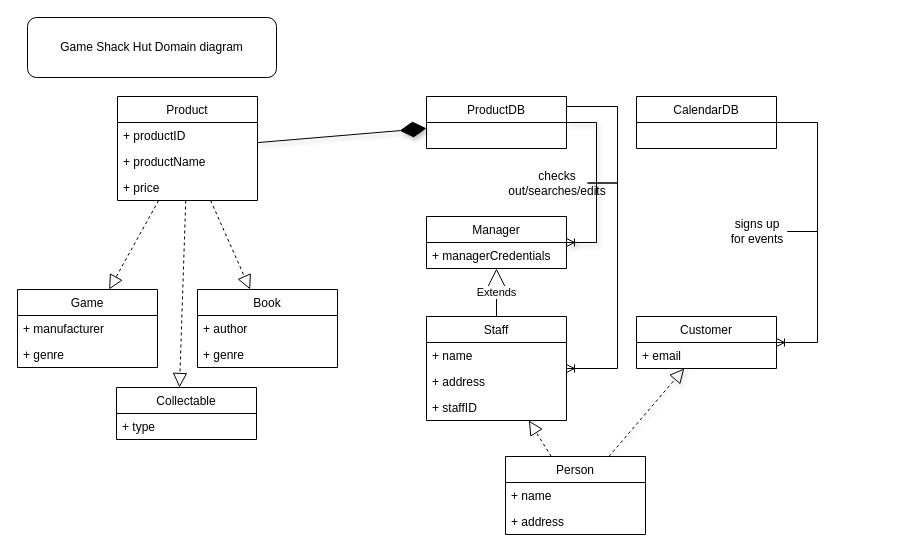
Before: docs/Game Shack Hut Domain.drawio in rnstphns/Game-Shack-Hut, a draw.io diagram. Source tidied: cells renumbered, new cells numbered last; positions are measured from the earlier drawing's top-left corner, leaving out a move shared by most shapes. Both pictures are drawn from the tidied source at 100%, with x=0, y=0 at pixel (17, 17).
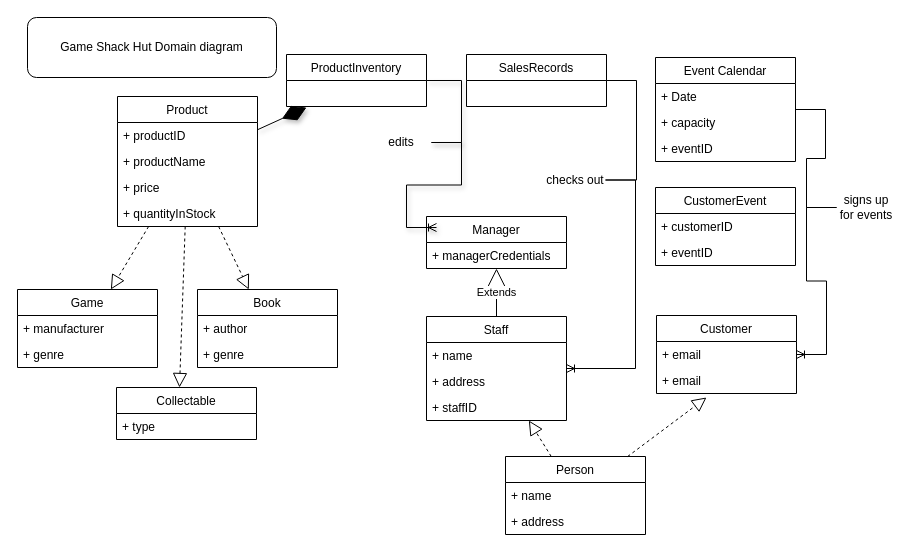
The same diagram, later.

Unchanged cells that the change refers to:
```xml
<mxCell id="2" value="Manager" style="swimlane;fontStyle=0;horizontal=1;startSize=26;fillColor=none;" parent="1" vertex="1">
  <mxGeometry x="409" y="199" width="140" height="52" as="geometry" />
</mxCell>
<mxCell id="21" value="Person" style="swimlane;fontStyle=0;horizontal=1;startSize=26;fillColor=none;" parent="1" vertex="1">
  <mxGeometry x="488" y="439" width="140" height="78" as="geometry" />
</mxCell>
```

What changed in the source:
```diff
@@
-    <mxCell id="4" style="endArrow=block;dashed=1;endFill=0;endSize=12;html=1;rounded=0;shadow=1;" parent="1" edge="1" source="21" target="9">
-      <mxGeometry relative="1" as="geometry" />
+    <mxCell id="4" style="endArrow=block;dashed=1;endFill=0;endSize=12;html=1;rounded=0;shadow=1;startArrow=none;" parent="1" edge="1" target="9">
+      <mxGeometry relative="1" as="geometry">
+        <mxPoint x="707.5" y="376" as="sourcePoint" />
+      </mxGeometry>
     </mxCell>
@@
-    <mxCell id="7" value="ProductDB" style="swimlane;fontStyle=0;horizontal=1;startSize=26;fillColor=none;" parent="1" vertex="1">
-      <mxGeometry x="409" y="79" width="140" height="52" as="geometry" />
+    <mxCell id="7" value="ProductInventory" style="swimlane;fontStyle=0;horizontal=1;startSize=26;fillColor=none;" parent="1" vertex="1">
+      <mxGeometry x="269" y="37" width="140" height="52" as="geometry" />
     </mxCell>
-    <mxCell id="8" value="CalendarDB" style="swimlane;fontStyle=0;horizontal=1;startSize=26;fillColor=none;" parent="1" vertex="1">
-      <mxGeometry x="619" y="79" width="140" height="52" as="geometry" />
+    <mxCell id="8" value="Event Calendar" style="swimlane;fontStyle=0;horizontal=1;startSize=26;fillColor=none;" parent="1" vertex="1">
+      <mxGeometry x="638" y="40" width="140" height="104" as="geometry" />
     </mxCell>
+    <mxCell id="42" value="+ Date" style="text;strokeColor=none;fillColor=none;align=left;verticalAlign=top;spacingLeft=4;spacingRight=4;overflow=hidden;" parent="8" vertex="1">
+      <mxGeometry y="26" width="140" height="26" as="geometry" />
+    </mxCell>
+    <mxCell id="43" value="+ capacity" style="text;strokeColor=none;fillColor=none;align=left;verticalAlign=top;spacingLeft=4;spacingRight=4;overflow=hidden;" parent="8" vertex="1">
+      <mxGeometry y="52" width="140" height="26" as="geometry" />
+    </mxCell>
+    <mxCell id="44" value="+ eventID" style="text;strokeColor=none;fillColor=none;align=left;verticalAlign=top;spacingLeft=4;spacingRight=4;overflow=hidden;" parent="8" vertex="1">
+      <mxGeometry y="78" width="140" height="26" as="geometry" />
+    </mxCell>
     <mxCell id="9" value="Customer" style="swimlane;fontStyle=0;horizontal=1;startSize=26;fillColor=none;" parent="1" vertex="1">
-      <mxGeometry x="619" y="299" width="140" height="52" as="geometry" />
+      <mxGeometry x="639" y="298" width="140" height="78" as="geometry" />
     </mxCell>
@@
+    <mxCell id="45" value="+ email" style="text;strokeColor=none;fillColor=none;align=left;verticalAlign=top;spacingLeft=4;spacingRight=4;overflow=hidden;" parent="9" vertex="1">
+      <mxGeometry y="52" width="140" height="26" as="geometry" />
+    </mxCell>
@@
     <mxCell id="17" value="Product" style="swimlane;fontStyle=0;horizontal=1;startSize=26;fillColor=none;" parent="1" vertex="1">
-      <mxGeometry x="100" y="79" width="140" height="104" as="geometry" />
+      <mxGeometry x="100" y="79" width="140" height="130" as="geometry" />
     </mxCell>
@@
+    <mxCell id="46" value="+ quantityInStock" style="text;strokeColor=none;fillColor=none;align=left;verticalAlign=top;spacingLeft=4;spacingRight=4;overflow=hidden;" parent="17" vertex="1">
+      <mxGeometry y="104" width="140" height="26" as="geometry" />
+    </mxCell>
@@
-    <mxCell id="32" style="endArrow=diamondThin;endFill=1;endSize=24;html=1;rounded=0;shadow=1;" parent="1" edge="1" source="17" target="7">
-      <mxGeometry relative="1" as="geometry" />
+    <mxCell id="32" style="endArrow=diamondThin;endFill=1;endSize=24;html=1;rounded=0;shadow=1;" parent="1" edge="1" source="17">
+      <mxGeometry relative="1" as="geometry">
+        <mxPoint x="289" y="90" as="targetPoint" />
+      </mxGeometry>
     </mxCell>
-    <mxCell id="33" value="&lt;div&gt;checks out/searches/edits&lt;/div&gt;" style="text;html=1;strokeColor=none;fillColor=none;align=center;verticalAlign=middle;whiteSpace=wrap;rounded=0;" parent="1" vertex="1">
-      <mxGeometry x="510" y="153" width="60" height="25" as="geometry" />
+    <mxCell id="33" value="&lt;div&gt;checks out&lt;/div&gt;" style="text;html=1;strokeColor=none;fillColor=none;align=center;verticalAlign=middle;whiteSpace=wrap;rounded=0;" parent="1" vertex="1">
+      <mxGeometry x="528" y="150" width="60" height="25" as="geometry" />
     </mxCell>
-    <mxCell id="34" style="edgeStyle=entityRelationEdgeStyle;fontSize=12;html=1;endArrow=none;rounded=0;" parent="1" edge="1" target="33">
-      <mxGeometry relative="1" as="geometry">
-        <mxPoint x="549" y="89" as="sourcePoint" />
-      </mxGeometry>
+    <mxCell id="34" style="edgeStyle=entityRelationEdgeStyle;fontSize=12;html=1;endArrow=none;rounded=0;" parent="1" edge="1" source="47" target="33">
+      <mxGeometry relative="1" as="geometry" />
     </mxCell>
     <mxCell id="35" value="signs up for events" style="text;html=1;strokeColor=none;fillColor=none;align=center;verticalAlign=middle;whiteSpace=wrap;rounded=0;" parent="1" vertex="1">
-      <mxGeometry x="710" y="199" width="60" height="30" as="geometry" />
+      <mxGeometry x="819" y="175" width="60" height="30" as="geometry" />
     </mxCell>
@@
-    <mxCell id="37" style="edgeStyle=entityRelationEdgeStyle;fontSize=12;html=1;endArrow=ERoneToMany;rounded=0;shadow=1;" parent="1" edge="1" source="7" target="2">
-      <mxGeometry relative="1" as="geometry" />
+    <mxCell id="37" style="edgeStyle=entityRelationEdgeStyle;fontSize=12;html=1;endArrow=ERoneToMany;rounded=0;shadow=1;startArrow=none;" parent="1" edge="1" source="48">
+      <mxGeometry relative="1" as="geometry">
+        <mxPoint x="419" y="210" as="targetPoint" />
+      </mxGeometry>
     </mxCell>
@@
+    <mxCell id="47" value="SalesRecords" style="swimlane;fontStyle=0;horizontal=1;startSize=26;fillColor=none;" parent="1" vertex="1">
+      <mxGeometry x="449" y="37" width="140" height="52" as="geometry" />
+    </mxCell>
+    <mxCell id="48" value="edits" style="text;html=1;strokeColor=none;fillColor=none;align=center;verticalAlign=middle;whiteSpace=wrap;rounded=0;" parent="1" vertex="1">
+      <mxGeometry x="354" y="110" width="60" height="30" as="geometry" />
+    </mxCell>
+    <mxCell id="49" style="edgeStyle=entityRelationEdgeStyle;fontSize=12;html=1;endArrow=none;rounded=0;shadow=1;" parent="1" edge="1" source="7" target="48">
+      <mxGeometry relative="1" as="geometry" />
+    </mxCell>
+    <mxCell id="50" value="CustomerEvent" style="swimlane;fontStyle=0;horizontal=1;startSize=26;fillColor=none;" parent="1" vertex="1">
+      <mxGeometry x="638" y="170" width="140" height="78" as="geometry" />
+    </mxCell>
+    <mxCell id="51" value="+ customerID" style="text;strokeColor=none;fillColor=none;align=left;verticalAlign=top;spacingLeft=4;spacingRight=4;overflow=hidden;" parent="50" vertex="1">
+      <mxGeometry y="26" width="140" height="26" as="geometry" />
+    </mxCell>
+    <mxCell id="52" value="+ eventID" style="text;strokeColor=none;fillColor=none;align=left;verticalAlign=top;spacingLeft=4;spacingRight=4;overflow=hidden;" parent="50" vertex="1">
+      <mxGeometry y="52" width="140" height="26" as="geometry" />
+    </mxCell>
+    <mxCell id="53" style="endArrow=block;dashed=1;endFill=0;endSize=12;html=1;rounded=0;" parent="1" edge="1" source="21">
+      <mxGeometry relative="1" as="geometry">
+        <mxPoint x="689" y="380" as="targetPoint" />
+      </mxGeometry>
+    </mxCell>
```
